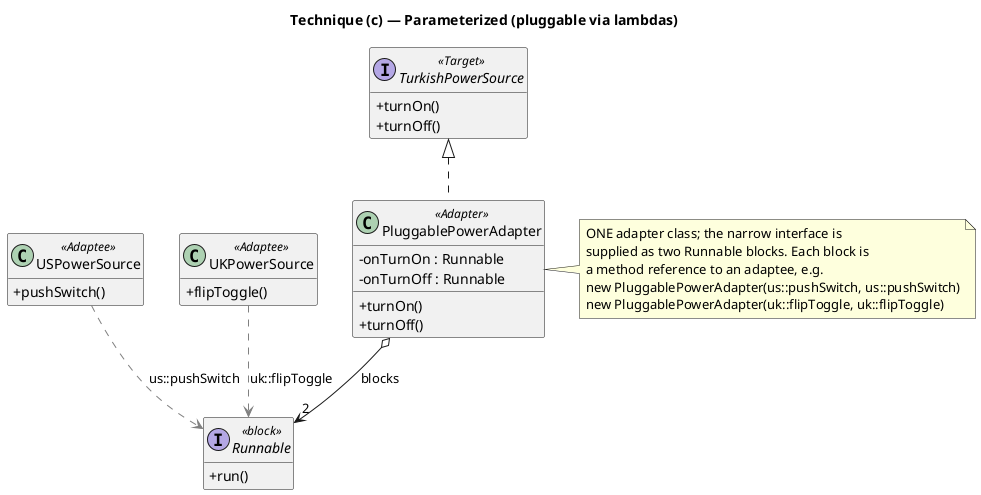
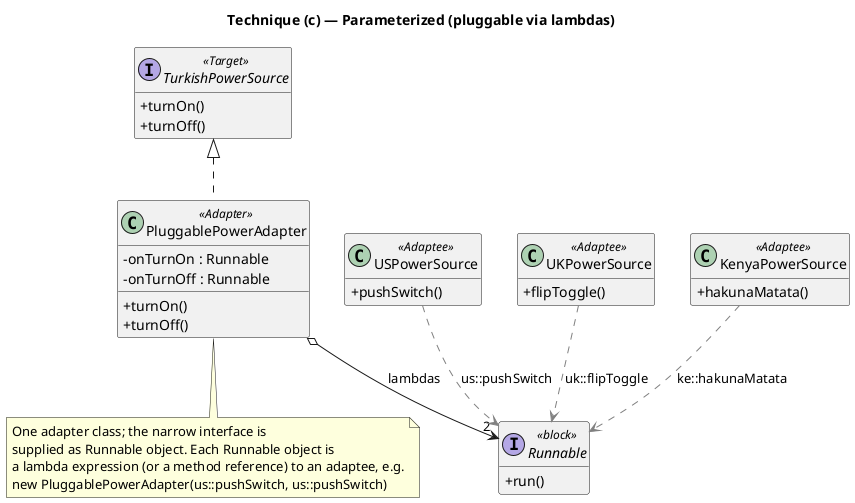
' Model: Claude Opus 4.8 (1M context)
' Created: 2026-07-04
' Pluggable technique (c) — parameterized / lambdas (GoF p.143).
' Models java/dev/kaldiroglu/adapter/gof/pluggable/electricity/PluggablePowerAdapter.java.

@startuml pluggable-c-parameterized
title Technique (c) — Parameterized (pluggable via lambdas)

skinparam classAttributeIconSize 0
skinparam shadowing false
hide empty members

interface TurkishPowerSource <<Target>> {
  +turnOn()
  +turnOff()
}

class PluggablePowerAdapter <<Adapter>> {
  -onTurnOn : Runnable
  -onTurnOff : Runnable
  +turnOn()
  +turnOff()
}

interface Runnable <<block>> {
  +run()
}

class USPowerSource <<Adaptee>> {
  +pushSwitch()
}

class UKPowerSource <<Adaptee>> {
  +flipToggle()
}

+ class KenyaPowerSource <<Adaptee>> {
+   +hakunaMatata()
+ }
+ 
TurkishPowerSource <|.. PluggablePowerAdapter
- PluggablePowerAdapter o--> "2" Runnable : blocks
+ PluggablePowerAdapter o--> "2" Runnable : lambdas

- note right of PluggablePowerAdapter
-   ONE adapter class; the narrow interface is
-   supplied as two Runnable blocks. Each block is
-   a method reference to an adaptee, e.g.
+ note bottom of PluggablePowerAdapter
+   One adapter class; the narrow interface is
+   supplied as Runnable object. Each Runnable object is
+   a lambda expression (or a method reference) to an adaptee, e.g.
  new PluggablePowerAdapter(us::pushSwitch, us::pushSwitch)
-   new PluggablePowerAdapter(uk::flipToggle, uk::flipToggle)
end note

USPowerSource .[#gray,dashed].> Runnable : us::pushSwitch
UKPowerSource .[#gray,dashed].> Runnable : uk::flipToggle
+ KenyaPowerSource .[#gray,dashed].> Runnable : ke::hakunaMatata
@enduml
